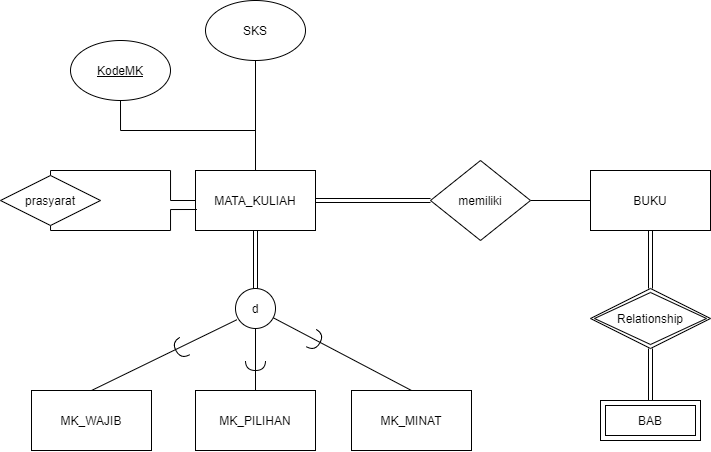
Before: Quiz3.drawio.png, a diagram exported from draw.io (Drithh/ER-Diagram). Source tidied: cells renumbered, new cells last; positions are measured from the earlier drawing's top-left corner, leaving out a move shared by most shapes.
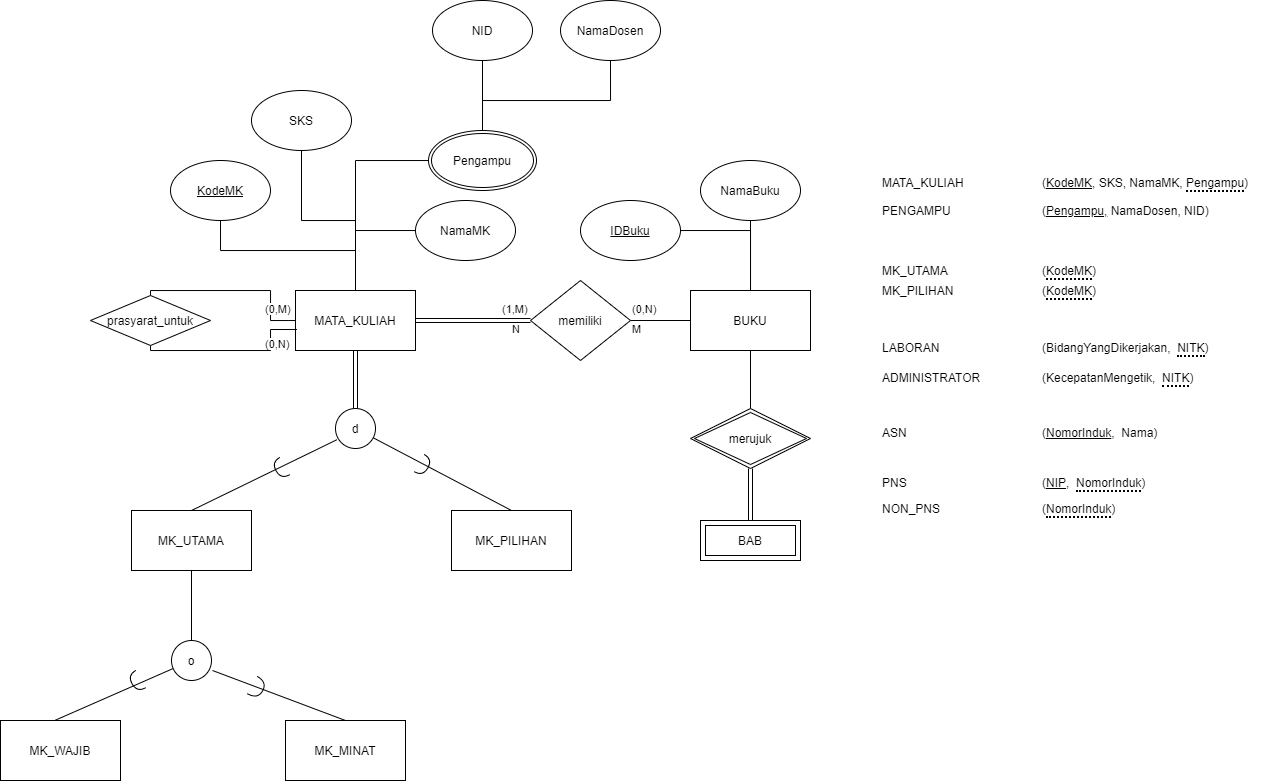
The same diagram one commit later.

The edit, as a diff of the source:
```diff
@@ -26,7 +26,7 @@
       <mxGeometry x="70" y="40" width="100" height="60" as="geometry" />
     </mxCell>
     <mxCell id="8" value="SKS" style="ellipse;whiteSpace=wrap;html=1;" parent="1" vertex="1">
-      <mxGeometry x="205" width="100" height="60" as="geometry" />
+      <mxGeometry x="151" y="-30" width="100" height="60" as="geometry" />
     </mxCell>
     <mxCell id="9" style="edgeStyle=orthogonalEdgeStyle;rounded=0;jettySize=auto;html=1;endArrow=none;endFill=0;exitX=0.5;exitY=0;exitDx=0;exitDy=0;" parent="1" edge="1" source="11" target="5">
       <mxGeometry relative="1" as="geometry">
@@ -46,8 +46,8 @@
         </Array>
       </mxGeometry>
     </mxCell>
-    <mxCell id="11" value="prasyarat" style="rhombus;whiteSpace=wrap;html=1;" parent="1" vertex="1">
-      <mxGeometry y="175" width="100" height="50" as="geometry" />
+    <mxCell id="11" value="prasyarat_untuk" style="rhombus;whiteSpace=wrap;html=1;" parent="1" vertex="1">
+      <mxGeometry x="-10" y="175" width="120" height="50" as="geometry" />
     </mxCell>
     <mxCell id="12" style="edgeStyle=none;rounded=0;jettySize=auto;html=1;entryX=0.5;entryY=0;entryDx=0;entryDy=0;endArrow=none;endFill=0;" parent="1" edge="1" source="13" target="21">
       <mxGeometry relative="1" as="geometry" />
@@ -55,31 +55,25 @@
     <mxCell id="13" value="d" style="ellipse;whiteSpace=wrap;html=1;" parent="1" vertex="1">
       <mxGeometry x="235" y="288" width="40" height="40" as="geometry" />
     </mxCell>
-    <mxCell id="14" style="shape=requiredInterface;html=1;verticalLabelPosition=bottom;rotation=90;" parent="1" vertex="1">
-      <mxGeometry x="250" y="355" width="10" height="20" as="geometry" />
-    </mxCell>
     <mxCell id="15" style="shape=requiredInterface;html=1;verticalLabelPosition=bottom;rotation=150;" parent="1" vertex="1">
       <mxGeometry x="175" y="338" width="10" height="20" as="geometry" />
     </mxCell>
     <mxCell id="16" style="shape=requiredInterface;html=1;verticalLabelPosition=bottom;rotation=30;" parent="1" vertex="1">
-      <mxGeometry x="310" y="330" width="10" height="20" as="geometry" />
+      <mxGeometry x="318" y="335" width="10" height="20" as="geometry" />
     </mxCell>
     <mxCell id="17" style="rounded=0;jettySize=auto;html=1;entryX=0.032;entryY=0.782;entryDx=0;entryDy=0;entryPerimeter=0;endArrow=none;endFill=0;exitX=0.5;exitY=0;exitDx=0;exitDy=0;" parent="1" edge="1" source="18" target="13">
       <mxGeometry relative="1" as="geometry" />
     </mxCell>
+    <mxCell id="29" style="edgeStyle=none;rounded=0;jettySize=auto;html=1;endArrow=none;endFill=0;" parent="1" edge="1" source="18" target="31">
+      <mxGeometry relative="1" as="geometry" />
+    </mxCell>
-    <mxCell id="18" value="MK_WAJIB" style="rounded=0;whiteSpace=wrap;html=1;" parent="1" vertex="1">
+    <mxCell id="18" value="MK_UTAMA" style="rounded=0;whiteSpace=wrap;html=1;" parent="1" vertex="1">
       <mxGeometry x="31" y="390" width="120" height="60" as="geometry" />
     </mxCell>
-    <mxCell id="19" style="edgeStyle=none;rounded=0;jettySize=auto;html=1;entryX=0.5;entryY=1;entryDx=0;entryDy=0;endArrow=none;endFill=0;" parent="1" edge="1" source="20" target="13">
-      <mxGeometry relative="1" as="geometry" />
-    </mxCell>
-    <mxCell id="20" value="MK_PILIHAN" style="rounded=0;whiteSpace=wrap;html=1;" parent="1" vertex="1">
-      <mxGeometry x="195" y="390" width="120" height="60" as="geometry" />
-    </mxCell>
-    <mxCell id="21" value="MK_MINAT" style="rounded=0;whiteSpace=wrap;html=1;" parent="1" vertex="1">
+    <mxCell id="21" value="MK_PILIHAN" style="rounded=0;whiteSpace=wrap;html=1;" parent="1" vertex="1">
       <mxGeometry x="351" y="390" width="120" height="60" as="geometry" />
     </mxCell>
-    <mxCell id="22" style="edgeStyle=none;shape=link;rounded=0;jettySize=auto;html=1;endArrow=none;endFill=0;" parent="1" edge="1" source="23" target="26">
+    <mxCell id="22" style="edgeStyle=none;rounded=0;jettySize=auto;html=1;endArrow=none;endFill=0;" parent="1" edge="1" source="23" target="26">
       <mxGeometry relative="1" as="geometry" />
     </mxCell>
     <mxCell id="23" value="BUKU" style="rounded=0;whiteSpace=wrap;html=1;" parent="1" vertex="1">
@@ -91,7 +85,7 @@
     <mxCell id="25" value="memiliki" style="rhombus;whiteSpace=wrap;html=1;rounded=0;" parent="1" vertex="1">
       <mxGeometry x="430" y="160" width="100" height="80" as="geometry" />
     </mxCell>
-    <mxCell id="26" value="Relationship" style="shape=rhombus;double=1;perimeter=rhombusPerimeter;whiteSpace=wrap;html=1;align=center;" parent="1" vertex="1">
+    <mxCell id="26" value="merujuk" style="shape=rhombus;double=1;perimeter=rhombusPerimeter;whiteSpace=wrap;html=1;align=center;" parent="1" vertex="1">
       <mxGeometry x="590" y="288" width="120" height="60" as="geometry" />
     </mxCell>
     <mxCell id="27" style="edgeStyle=none;shape=link;rounded=0;jettySize=auto;html=1;endArrow=none;endFill=0;" parent="1" edge="1" source="28" target="26">
@@ -100,5 +94,118 @@
     <mxCell id="28" value="BAB" style="shape=ext;margin=3;double=1;whiteSpace=wrap;html=1;align=center;" parent="1" vertex="1">
       <mxGeometry x="600" y="400" width="100" height="40" as="geometry" />
     </mxCell>
+    <mxCell id="30" style="edgeStyle=none;rounded=0;jettySize=auto;html=1;entryX=0.458;entryY=-0.006;entryDx=0;entryDy=0;entryPerimeter=0;endArrow=none;endFill=0;" parent="1" edge="1" source="31" target="34">
+      <mxGeometry relative="1" as="geometry" />
+    </mxCell>
+    <mxCell id="31" value="o" style="ellipse;whiteSpace=wrap;html=1;" parent="1" vertex="1">
+      <mxGeometry x="71" y="520" width="40" height="40" as="geometry" />
+    </mxCell>
+    <mxCell id="32" style="shape=requiredInterface;html=1;verticalLabelPosition=bottom;rotation=150;" parent="1" vertex="1">
+      <mxGeometry x="31" y="551" width="10" height="20" as="geometry" />
+    </mxCell>
+    <mxCell id="33" style="shape=requiredInterface;html=1;verticalLabelPosition=bottom;rotation=30;" parent="1" vertex="1">
+      <mxGeometry x="150.9" y="557.5" width="12" height="20" as="geometry" />
+    </mxCell>
+    <mxCell id="34" value="MK_WAJIB" style="rounded=0;whiteSpace=wrap;html=1;" parent="1" vertex="1">
+      <mxGeometry x="-100" y="600" width="120" height="60" as="geometry" />
+    </mxCell>
+    <mxCell id="35" style="edgeStyle=none;rounded=0;jettySize=auto;html=1;endArrow=none;endFill=0;exitX=0.5;exitY=0;exitDx=0;exitDy=0;" parent="1" edge="1" source="36">
+      <mxGeometry relative="1" as="geometry">
+        <mxPoint x="112" y="550" as="targetPoint" />
+      </mxGeometry>
+    </mxCell>
+    <mxCell id="36" value="MK_MINAT" style="rounded=0;whiteSpace=wrap;html=1;" parent="1" vertex="1">
+      <mxGeometry x="185" y="600" width="120" height="60" as="geometry" />
+    </mxCell>
+    <mxCell id="37" style="edgeStyle=orthogonalEdgeStyle;rounded=0;jettySize=auto;html=1;endArrow=none;endFill=0;" parent="1" edge="1" source="38" target="5">
+      <mxGeometry relative="1" as="geometry" />
+    </mxCell>
+    <mxCell id="38" value="Pengampu" style="ellipse;shape=doubleEllipse;margin=3;whiteSpace=wrap;html=1;align=center;" parent="1" vertex="1">
+      <mxGeometry x="328" y="10" width="108" height="60" as="geometry" />
+    </mxCell>
+    <mxCell id="39" value="&lt;span style=&quot;color: rgb(0 , 0 , 0) ; font-family: &amp;#34;helvetica&amp;#34; ; font-size: 11px ; font-style: normal ; font-weight: 400 ; letter-spacing: normal ; text-align: center ; text-indent: 0px ; text-transform: none ; word-spacing: 0px ; background-color: rgb(255 , 255 , 255) ; display: inline ; float: none&quot;&gt;(1,M)&lt;/span&gt;" style="text;whiteSpace=wrap;html=1;" parent="1" vertex="1">
+      <mxGeometry x="400" y="175" width="50" height="30" as="geometry" />
+    </mxCell>
+    <mxCell id="40" value="&lt;span style=&quot;color: rgb(0 , 0 , 0) ; font-family: &amp;#34;helvetica&amp;#34; ; font-size: 11px ; font-style: normal ; font-weight: 400 ; letter-spacing: normal ; text-align: center ; text-indent: 0px ; text-transform: none ; word-spacing: 0px ; background-color: rgb(255 , 255 , 255) ; display: inline ; float: none&quot;&gt;(0,N)&lt;/span&gt;" style="text;whiteSpace=wrap;html=1;" parent="1" vertex="1">
+      <mxGeometry x="530" y="175" width="50" height="30" as="geometry" />
+    </mxCell>
+    <mxCell id="41" value="&lt;div style=&quot;text-align: center&quot;&gt;&lt;font face=&quot;helvetica&quot;&gt;&lt;span style=&quot;font-size: 11px ; background-color: rgb(255 , 255 , 255)&quot;&gt;N&lt;/span&gt;&lt;/font&gt;&lt;/div&gt;" style="text;whiteSpace=wrap;html=1;" parent="1" vertex="1">
+      <mxGeometry x="410" y="195" width="50" height="30" as="geometry" />
+    </mxCell>
+    <mxCell id="42" value="&lt;div style=&quot;text-align: center&quot;&gt;&lt;font face=&quot;helvetica&quot;&gt;&lt;span style=&quot;font-size: 11px ; background-color: rgb(255 , 255 , 255)&quot;&gt;M&lt;/span&gt;&lt;/font&gt;&lt;/div&gt;" style="text;whiteSpace=wrap;html=1;" parent="1" vertex="1">
+      <mxGeometry x="530" y="195" width="50" height="30" as="geometry" />
+    </mxCell>
+    <mxCell id="43" style="edgeStyle=orthogonalEdgeStyle;rounded=0;jettySize=auto;html=1;endArrow=none;endFill=0;" parent="1" edge="1" source="44" target="5">
+      <mxGeometry relative="1" as="geometry">
+        <Array as="points">
+          <mxPoint x="255" y="110" />
+        </Array>
+      </mxGeometry>
+    </mxCell>
+    <mxCell id="44" value="NamaMK" style="ellipse;whiteSpace=wrap;html=1;" parent="1" vertex="1">
+      <mxGeometry x="315" y="80" width="100" height="60" as="geometry" />
+    </mxCell>
+    <mxCell id="45" value="&lt;span style=&quot;color: rgb(0 , 0 , 0) ; font-family: &amp;#34;helvetica&amp;#34; ; font-size: 11px ; font-style: normal ; font-weight: 400 ; letter-spacing: normal ; text-align: center ; text-indent: 0px ; text-transform: none ; word-spacing: 0px ; background-color: rgb(255 , 255 , 255) ; display: inline ; float: none&quot;&gt;(0,M)&lt;/span&gt;" style="text;whiteSpace=wrap;html=1;" parent="1" vertex="1">
+      <mxGeometry x="162.9" y="175" width="50" height="30" as="geometry" />
+    </mxCell>
+    <mxCell id="46" value="&lt;span style=&quot;color: rgb(0 , 0 , 0) ; font-family: &amp;#34;helvetica&amp;#34; ; font-size: 11px ; font-style: normal ; font-weight: 400 ; letter-spacing: normal ; text-align: center ; text-indent: 0px ; text-transform: none ; word-spacing: 0px ; background-color: rgb(255 , 255 , 255) ; display: inline ; float: none&quot;&gt;(0,N)&lt;/span&gt;" style="text;whiteSpace=wrap;html=1;" parent="1" vertex="1">
+      <mxGeometry x="162.9" y="210" width="50" height="30" as="geometry" />
+    </mxCell>
+    <mxCell id="47" value="MATA_KULIAH&lt;span style=&quot;white-space: pre&quot;&gt;&#9;&lt;/span&gt;&lt;span style=&quot;white-space: pre&quot;&gt;&#9;&lt;/span&gt;&lt;span style=&quot;white-space: pre&quot;&gt;&#9;&lt;/span&gt;(&lt;u&gt;KodeMK&lt;/u&gt;, SKS, NamaMK, &lt;span style=&quot;border-bottom: 2px dotted black&quot;&gt;Pengampu&lt;/span&gt;)" style="text;html=1;align=left;verticalAlign=middle;strokeColor=none;fillColor=none;" parent="1" vertex="1">
+      <mxGeometry x="780" y="52" width="380" height="20" as="geometry" />
+    </mxCell>
+    <mxCell id="48" value="PENGAMPU&lt;span style=&quot;white-space: pre&quot;&gt;&#9;&lt;/span&gt;&lt;span style=&quot;white-space: pre&quot;&gt;&#9;&lt;/span&gt;&amp;nbsp;&lt;span style=&quot;white-space: pre&quot;&gt;&#9;&lt;span style=&quot;white-space: pre&quot;&gt;&#9;&lt;/span&gt;&lt;/span&gt;(&lt;u&gt;Pengampu,&lt;/u&gt;&amp;nbsp;NamaDosen, NID)" style="text;html=1;align=left;verticalAlign=middle;strokeColor=none;fillColor=none;" parent="1" vertex="1">
+      <mxGeometry x="780" y="80" width="340" height="20" as="geometry" />
+    </mxCell>
+    <mxCell id="49" value="MK_UTAMA&lt;span style=&quot;white-space: pre&quot;&gt;&#9;&lt;/span&gt;&lt;span style=&quot;white-space: pre&quot;&gt;&#9;&lt;/span&gt;&lt;span style=&quot;white-space: pre&quot;&gt;&#9;&lt;/span&gt;&amp;nbsp;&lt;span style=&quot;white-space: pre&quot;&gt;&#9;&lt;/span&gt;(&lt;span style=&quot;border-bottom: 2px dotted black&quot;&gt;KodeMK&lt;/span&gt;)" style="text;html=1;align=left;verticalAlign=middle;strokeColor=none;fillColor=none;" parent="1" vertex="1">
+      <mxGeometry x="780" y="140" width="230" height="20" as="geometry" />
+    </mxCell>
+    <mxCell id="50" value="LABORAN&lt;span style=&quot;white-space: pre&quot;&gt;&#9;&lt;/span&gt;&lt;span style=&quot;white-space: pre&quot;&gt;&#9;&lt;/span&gt;&lt;span style=&quot;white-space: pre&quot;&gt;&#9;&lt;/span&gt;&amp;nbsp;&lt;span style=&quot;white-space: pre&quot;&gt;&#9;&lt;/span&gt;(BidangYangDikerjakan,&amp;nbsp;&amp;nbsp;&lt;span style=&quot;border-bottom: 2px dotted black&quot;&gt;NITK&lt;/span&gt;)" style="text;html=1;align=left;verticalAlign=middle;strokeColor=none;fillColor=none;" parent="1" vertex="1">
+      <mxGeometry x="780" y="217" width="340" height="20" as="geometry" />
+    </mxCell>
+    <mxCell id="51" value="ADMINISTRATOR&lt;span style=&quot;white-space: pre&quot;&gt;&#9;&lt;/span&gt;&lt;span style=&quot;white-space: pre&quot;&gt;&#9;&lt;/span&gt;&amp;nbsp;&lt;span style=&quot;white-space: pre&quot;&gt;&#9;&lt;/span&gt;(KecepatanMengetik,&amp;nbsp;&amp;nbsp;&lt;span style=&quot;border-bottom: 2px dotted black&quot;&gt;NITK&lt;/span&gt;)" style="text;html=1;align=left;verticalAlign=middle;strokeColor=none;fillColor=none;" parent="1" vertex="1">
+      <mxGeometry x="780" y="247" width="330" height="20" as="geometry" />
+    </mxCell>
+    <mxCell id="52" value="ASN&lt;span&gt;&#9;&lt;span style=&quot;white-space: pre&quot;&gt;&#9;&lt;/span&gt;&lt;span style=&quot;white-space: pre&quot;&gt;&#9;&lt;/span&gt;&lt;span style=&quot;white-space: pre&quot;&gt;&#9;&lt;/span&gt;&lt;span style=&quot;white-space: pre&quot;&gt;&#9;&lt;/span&gt;&lt;span style=&quot;white-space: pre&quot;&gt;&#9;&lt;/span&gt;&lt;/span&gt;(&lt;u&gt;NomorInduk&lt;/u&gt;,&amp;nbsp; Nama)" style="text;html=1;align=left;verticalAlign=middle;strokeColor=none;fillColor=none;" parent="1" vertex="1">
+      <mxGeometry x="780" y="302" width="290" height="20" as="geometry" />
+    </mxCell>
+    <mxCell id="53" value="PNS&lt;span style=&quot;white-space: pre&quot;&gt;&#9;&lt;/span&gt;&lt;span style=&quot;white-space: pre&quot;&gt;&#9;&lt;/span&gt;&lt;span style=&quot;white-space: pre&quot;&gt;&#9;&lt;/span&gt;&lt;span style=&quot;white-space: pre&quot;&gt;&#9;&lt;/span&gt;&lt;span style=&quot;white-space: pre&quot;&gt;&#9;&lt;/span&gt;&amp;nbsp;&lt;span style=&quot;white-space: pre&quot;&gt;&#9;&lt;/span&gt;(&lt;u&gt;NIP&lt;/u&gt;,&amp;nbsp;&amp;nbsp;&lt;span style=&quot;border-bottom: 2px dotted black&quot;&gt;NomorInduk&lt;/span&gt;)" style="text;html=1;align=left;verticalAlign=middle;strokeColor=none;fillColor=none;" parent="1" vertex="1">
+      <mxGeometry x="780" y="352" width="280" height="20" as="geometry" />
+    </mxCell>
+    <mxCell id="54" value="NON_PNS&lt;span style=&quot;white-space: pre&quot;&gt;&#9;&lt;/span&gt;&lt;span style=&quot;white-space: pre&quot;&gt;&#9;&lt;/span&gt;&lt;span style=&quot;white-space: pre&quot;&gt;&#9;&lt;/span&gt;&amp;nbsp;&lt;span style=&quot;white-space: pre&quot;&gt;&#9;&lt;/span&gt;(&lt;span style=&quot;border-bottom: 2px dotted black&quot;&gt;NomorInduk&lt;/span&gt;)" style="text;html=1;align=left;verticalAlign=middle;strokeColor=none;fillColor=none;" parent="1" vertex="1">
+      <mxGeometry x="780" y="378" width="250" height="20" as="geometry" />
+    </mxCell>
+    <mxCell id="55" style="edgeStyle=orthogonalEdgeStyle;rounded=0;jettySize=auto;html=1;endArrow=none;endFill=0;" parent="1" edge="1" source="56" target="38">
+      <mxGeometry relative="1" as="geometry">
+        <Array as="points">
+          <mxPoint x="510" y="-20" />
+          <mxPoint x="382" y="-20" />
+        </Array>
+      </mxGeometry>
+    </mxCell>
+    <mxCell id="56" value="NamaDosen" style="ellipse;whiteSpace=wrap;html=1;" parent="1" vertex="1">
+      <mxGeometry x="460" y="-120" width="100" height="60" as="geometry" />
+    </mxCell>
+    <mxCell id="57" style="edgeStyle=orthogonalEdgeStyle;rounded=0;jettySize=auto;html=1;endArrow=none;endFill=0;" parent="1" edge="1" source="58" target="38">
+      <mxGeometry relative="1" as="geometry" />
+    </mxCell>
+    <mxCell id="58" value="NID" style="ellipse;whiteSpace=wrap;html=1;" parent="1" vertex="1">
+      <mxGeometry x="332" y="-120" width="100" height="60" as="geometry" />
+    </mxCell>
+    <mxCell id="59" value="MK_PILIHAN&lt;span style=&quot;white-space: pre&quot;&gt;&#9;&lt;/span&gt;&lt;span style=&quot;white-space: pre&quot;&gt;&#9;&lt;/span&gt;&lt;span style=&quot;white-space: pre&quot;&gt;&#9;&lt;/span&gt;&amp;nbsp;&lt;span style=&quot;white-space: pre&quot;&gt;&#9;&lt;/span&gt;(&lt;span style=&quot;border-bottom: 2px dotted black&quot;&gt;KodeMK&lt;/span&gt;)" style="text;html=1;align=left;verticalAlign=middle;strokeColor=none;fillColor=none;" parent="1" vertex="1">
+      <mxGeometry x="780" y="160" width="230" height="20" as="geometry" />
+    </mxCell>
+    <mxCell id="60" style="edgeStyle=orthogonalEdgeStyle;rounded=0;jettySize=auto;html=1;endArrow=none;endFill=0;" parent="1" edge="1" source="61" target="23">
+      <mxGeometry relative="1" as="geometry" />
+    </mxCell>
+    <mxCell id="61" value="NamaBuku" style="ellipse;whiteSpace=wrap;html=1;" parent="1" vertex="1">
+      <mxGeometry x="600" y="40" width="100" height="60" as="geometry" />
+    </mxCell>
+    <mxCell id="62" style="edgeStyle=orthogonalEdgeStyle;rounded=0;jettySize=auto;html=1;endArrow=none;endFill=0;" parent="1" edge="1" source="63" target="23">
+      <mxGeometry relative="1" as="geometry" />
+    </mxCell>
+    <mxCell id="63" value="&lt;u&gt;IDBuku&lt;/u&gt;" style="ellipse;whiteSpace=wrap;html=1;" parent="1" vertex="1">
+      <mxGeometry x="480" y="80" width="100" height="60" as="geometry" />
+    </mxCell>
   </root>
 </mxGraphModel>
```
